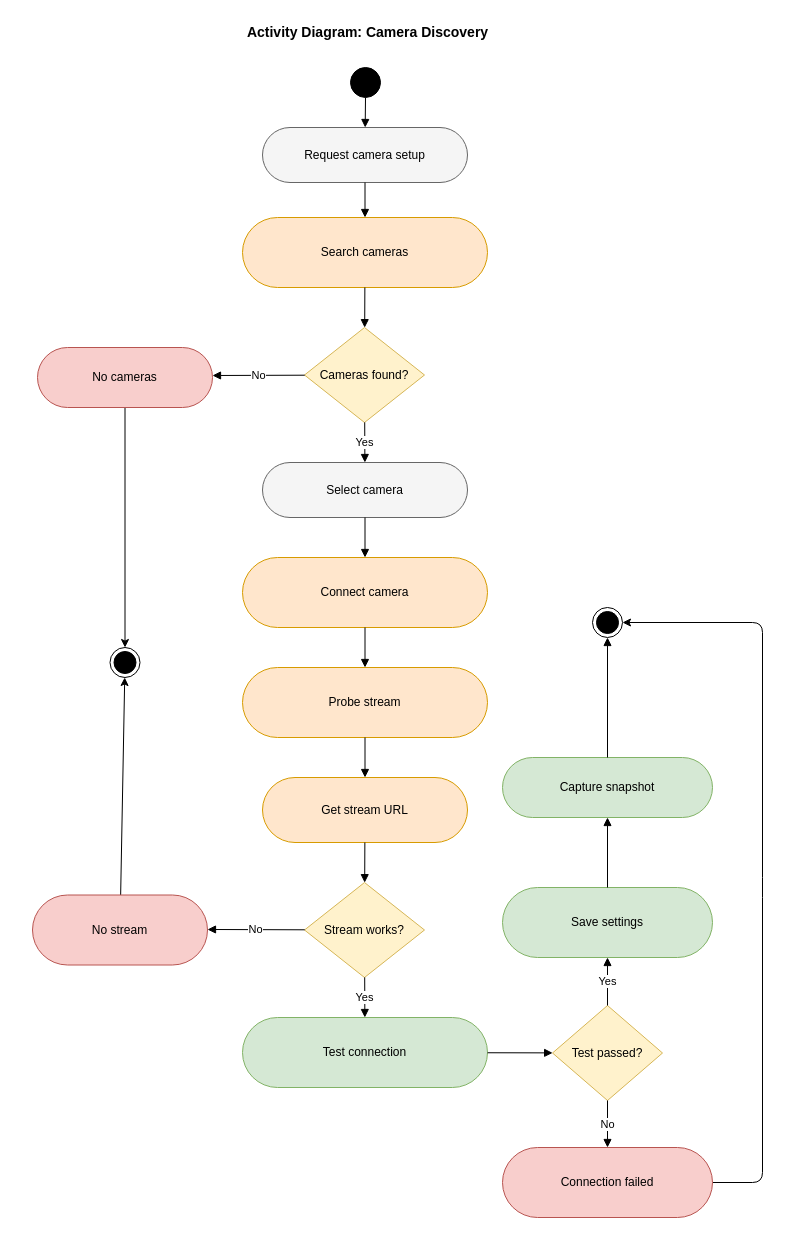
Above: report-latex/figures/drawio/chapter4_camera_discovery_activity.drawio in Salmen-BA21/Queue-Wait-Time-Estimation (draw.io), before the change. Source tidied: cells renumbered, new cells numbered last; positions are measured from the earlier drawing's top-left corner, leaving out a move shared by most shapes. Both pictures are drawn from the tidied source at 100%, with x=0, y=0 at pixel (17, 17).
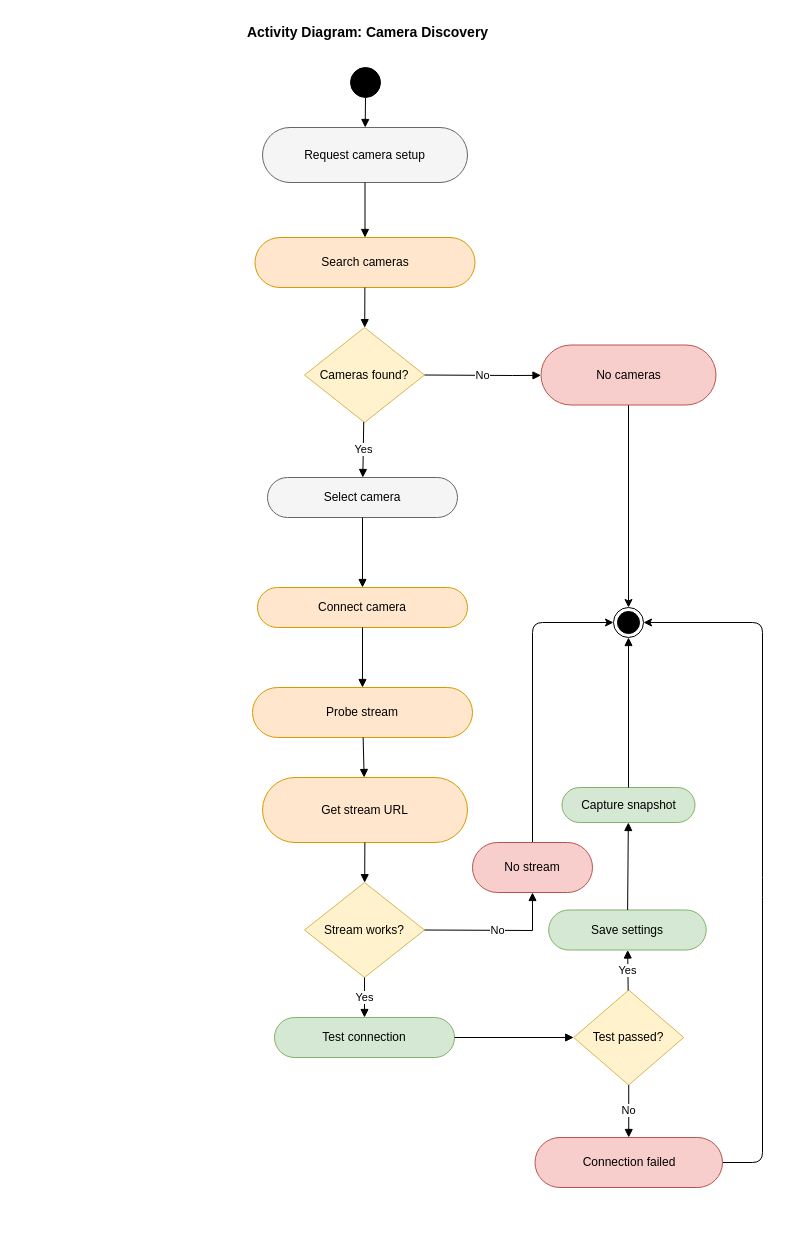
After the change.

The change refers to these unchanged cells:
```xml
<mxCell id="6" value="Cameras found?" style="rhombus;fillColor=#fff2cc;strokeColor=#d6b656;html=1;whiteSpace=wrap;align=center;verticalAlign=middle;" parent="1" vertex="1">
  <mxGeometry x="287" y="310" width="120" height="95" as="geometry" />
</mxCell>
<mxCell id="13" value="Stream works?" style="rhombus;fillColor=#fff2cc;strokeColor=#d6b656;html=1;whiteSpace=wrap;align=center;verticalAlign=middle;" parent="1" vertex="1">
  <mxGeometry x="287" y="865" width="120" height="95" as="geometry" />
</mxCell>
```

What changed in the source:
```diff
@@
     <mxCell id="5" value="Search cameras" style="rounded=1;arcSize=50;fillColor=#ffe6cc;strokeColor=#d79b00;html=1;whiteSpace=wrap;align=center;verticalAlign=middle;" parent="1" vertex="1">
-      <mxGeometry x="225" y="200" width="245" height="70" as="geometry" />
+      <mxGeometry x="237.5" y="220" width="220" height="50" as="geometry" />
     </mxCell>
@@
-    <mxCell id="7" style="edgeStyle=none;html=1;" parent="1" edge="1" source="8" target="38">
-      <mxGeometry relative="1" as="geometry" />
-    </mxCell>
+    <mxCell id="40" style="edgeStyle=none;html=1;" parent="1" edge="1" source="8" target="39">
+      <mxGeometry relative="1" as="geometry" />
+    </mxCell>
     <mxCell id="8" value="No cameras" style="rounded=1;arcSize=50;fillColor=#f8cecc;strokeColor=#b85450;html=1;whiteSpace=wrap;align=center;verticalAlign=middle;" parent="1" vertex="1">
-      <mxGeometry x="20" y="330" width="175" height="60" as="geometry" />
+      <mxGeometry x="523.5" y="327.5" width="175" height="60" as="geometry" />
     </mxCell>
     <mxCell id="9" value="Select camera" style="rounded=1;arcSize=50;fillColor=#f5f5f5;strokeColor=#666666;html=1;whiteSpace=wrap;align=center;verticalAlign=middle;" parent="1" vertex="1">
-      <mxGeometry x="245" y="445" width="205" height="55" as="geometry" />
+      <mxGeometry x="250" y="460" width="190" height="40" as="geometry" />
     </mxCell>
     <mxCell id="10" value="Connect camera" style="rounded=1;arcSize=50;fillColor=#ffe6cc;strokeColor=#d79b00;html=1;whiteSpace=wrap;align=center;verticalAlign=middle;" parent="1" vertex="1">
-      <mxGeometry x="225" y="540" width="245" height="70" as="geometry" />
+      <mxGeometry x="240" y="570" width="210" height="40" as="geometry" />
     </mxCell>
     <mxCell id="11" value="Probe stream" style="rounded=1;arcSize=50;fillColor=#ffe6cc;strokeColor=#d79b00;html=1;whiteSpace=wrap;align=center;verticalAlign=middle;" parent="1" vertex="1">
-      <mxGeometry x="225" y="650" width="245" height="70" as="geometry" />
+      <mxGeometry x="235" y="670" width="220" height="50" as="geometry" />
     </mxCell>
@@
-    <mxCell id="14" style="edgeStyle=none;html=1;" parent="1" edge="1" source="15" target="38">
-      <mxGeometry relative="1" as="geometry" />
-    </mxCell>
+    <mxCell id="41" style="edgeStyle=none;html=1;" parent="1" edge="1" source="15" target="39">
+      <mxGeometry relative="1" as="geometry">
+        <Array as="points">
+          <mxPoint x="515" y="605" />
+        </Array>
+      </mxGeometry>
+    </mxCell>
     <mxCell id="15" value="No stream" style="rounded=1;arcSize=50;fillColor=#f8cecc;strokeColor=#b85450;html=1;whiteSpace=wrap;align=center;verticalAlign=middle;" parent="1" vertex="1">
-      <mxGeometry x="15" y="877.5" width="175" height="70" as="geometry" />
+      <mxGeometry x="455" y="825" width="120" height="50" as="geometry" />
     </mxCell>
     <mxCell id="16" value="Test connection" style="rounded=1;arcSize=50;fillColor=#d5e8d4;strokeColor=#82b366;html=1;whiteSpace=wrap;align=center;verticalAlign=middle;" parent="1" vertex="1">
-      <mxGeometry x="225" y="1000" width="245" height="70" as="geometry" />
+      <mxGeometry x="257" y="1000" width="180" height="40" as="geometry" />
     </mxCell>
     <mxCell id="17" value="Test passed?" style="rhombus;fillColor=#fff2cc;strokeColor=#d6b656;html=1;whiteSpace=wrap;align=center;verticalAlign=middle;" parent="1" vertex="1">
-      <mxGeometry x="535" y="988" width="110" height="95" as="geometry" />
+      <mxGeometry x="556.2" y="972.5" width="110" height="95" as="geometry" />
     </mxCell>
     <mxCell id="18" value="Save settings" style="rounded=1;arcSize=50;fillColor=#d5e8d4;strokeColor=#82b366;html=1;whiteSpace=wrap;align=center;verticalAlign=middle;" parent="1" vertex="1">
-      <mxGeometry x="485" y="870" width="210" height="70" as="geometry" />
+      <mxGeometry x="531.2" y="892.5" width="157.5" height="40" as="geometry" />
     </mxCell>
     <mxCell id="19" value="Capture snapshot" style="rounded=1;arcSize=50;fillColor=#d5e8d4;strokeColor=#82b366;html=1;whiteSpace=wrap;align=center;verticalAlign=middle;" parent="1" vertex="1">
-      <mxGeometry x="485" y="740" width="210" height="60" as="geometry" />
+      <mxGeometry x="544.5" y="770" width="133" height="35" as="geometry" />
     </mxCell>
     <mxCell id="20" style="edgeStyle=none;html=1;exitX=1;exitY=0.5;exitDx=0;exitDy=0;" parent="1" edge="1" source="21" target="39">
       <mxGeometry relative="1" as="geometry">
         <Array as="points">
-          <mxPoint x="745" y="1165" />
+          <mxPoint x="745" y="1145" />
           <mxPoint x="745" y="870" />
           <mxPoint x="745" y="605" />
         </Array>
       </mxGeometry>
     </mxCell>
     <mxCell id="21" value="Connection failed" style="rounded=1;arcSize=50;fillColor=#f8cecc;strokeColor=#b85450;html=1;whiteSpace=wrap;align=center;verticalAlign=middle;" parent="1" vertex="1">
-      <mxGeometry x="485" y="1130" width="210" height="70" as="geometry" />
+      <mxGeometry x="517.5" y="1120" width="187.5" height="50" as="geometry" />
     </mxCell>
@@
-    <mxCell id="25" value="No" style="html=1;endArrow=block;rounded=0;" parent="1" edge="1" source="6" target="8">
+    <mxCell id="25" value="No" style="html=1;endArrow=block;rounded=0;exitX=1;exitY=0.5;exitDx=0;exitDy=0;" parent="1" edge="1" source="6" target="8">
       <mxGeometry relative="1" as="geometry">
         <Array as="points">
-          <mxPoint x="195" y="358" />
+          <mxPoint x="495" y="358" />
         </Array>
       </mxGeometry>
     </mxCell>
@@
-    <mxCell id="31" value="No" style="html=1;endArrow=block;rounded=0;" parent="1" edge="1" source="13" target="15">
+    <mxCell id="31" value="No" style="html=1;endArrow=block;rounded=0;exitX=1;exitY=0.5;exitDx=0;exitDy=0;entryX=0.5;entryY=1;entryDx=0;entryDy=0;" parent="1" edge="1" source="13" target="15">
       <mxGeometry relative="1" as="geometry">
         <Array as="points">
-          <mxPoint x="195" y="912" />
+          <mxPoint x="515" y="913" />
         </Array>
       </mxGeometry>
     </mxCell>
@@
-    <mxCell id="38" style="ellipse;html=1;shape=endState;fillColor=strokeColor;" parent="1" vertex="1">
-      <mxGeometry x="92.5" y="630" width="30" height="30" as="geometry" />
-    </mxCell>
     <mxCell id="39" style="ellipse;html=1;shape=endState;fillColor=strokeColor;" parent="1" vertex="1">
-      <mxGeometry x="575" y="590" width="30" height="30" as="geometry" />
+      <mxGeometry x="596" y="590" width="30" height="30" as="geometry" />
     </mxCell>
```
